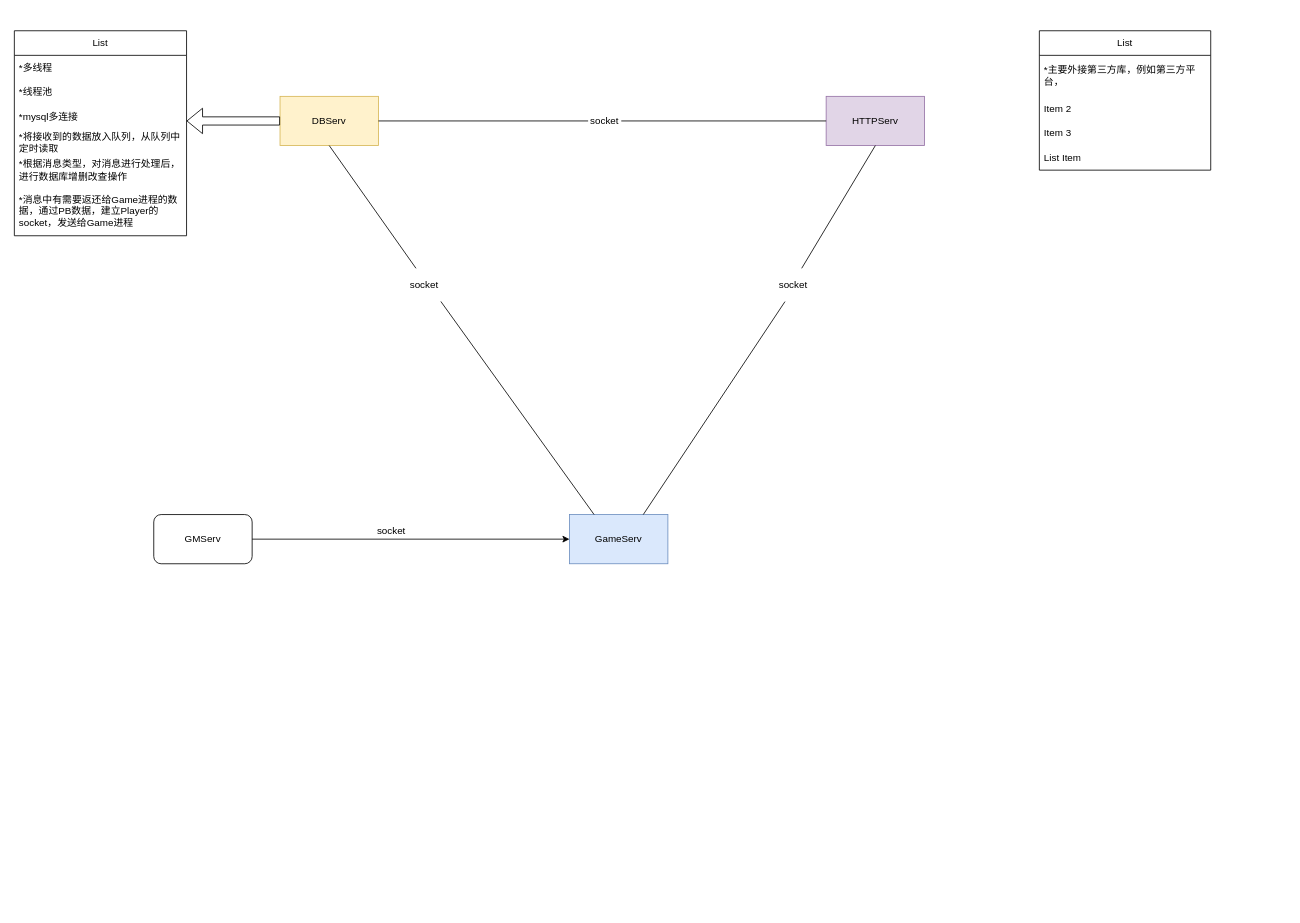
Before: 未命名绘图.drawio in xaosonggang/pictures, a draw.io diagram. Source tidied: cells renumbered, new cells numbered last; positions are measured from the earlier drawing's top-left corner, leaving out a move shared by most shapes. Both pictures are drawn from the tidied source at 82%, with x=0, y=0 at pixel (14, 30).
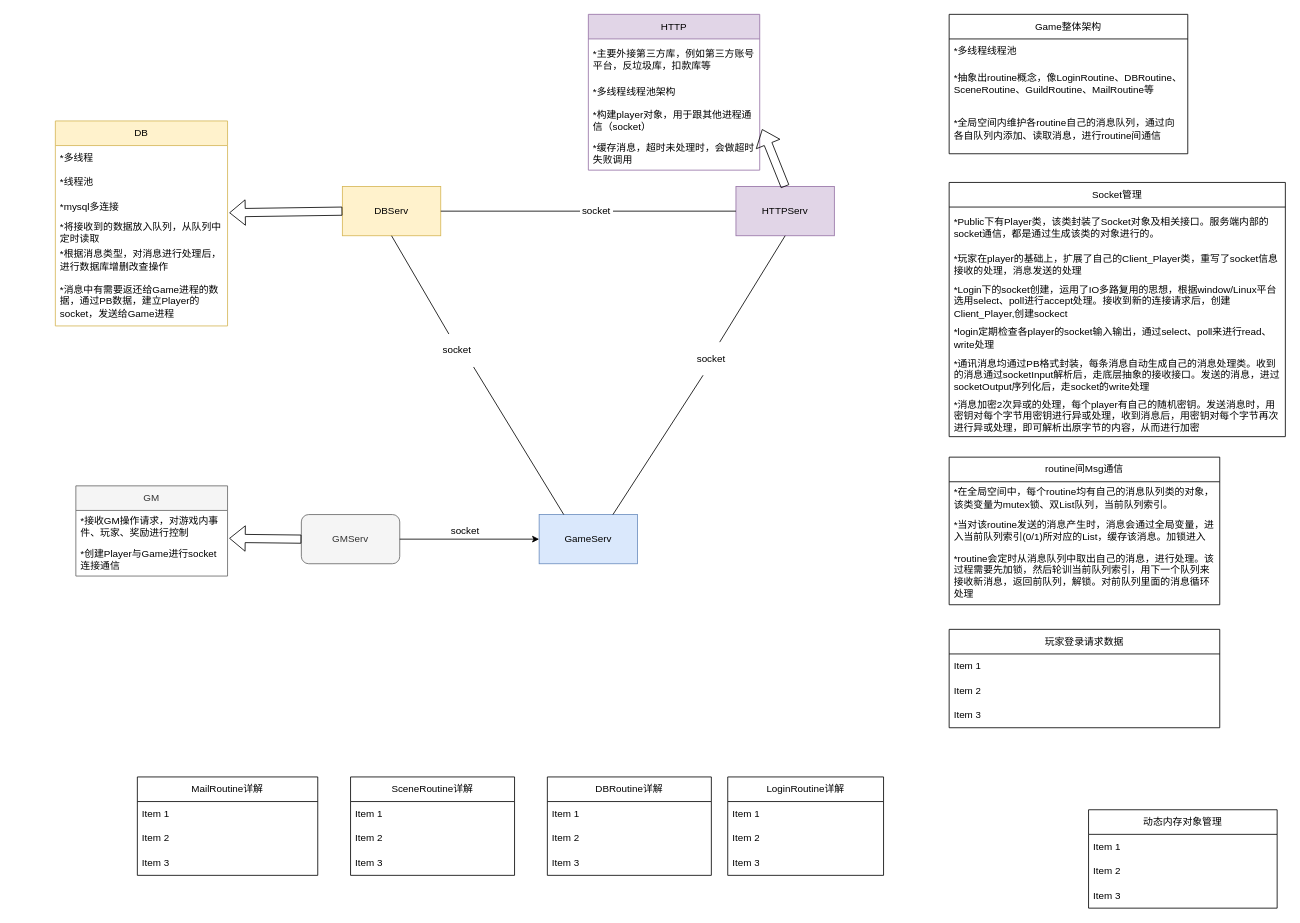
After the change.

The change refers to these unchanged cells:
```xml
<mxCell id="26" value="*mysql多连接" style="text;strokeColor=none;fillColor=none;align=left;verticalAlign=middle;spacingLeft=4;spacingRight=4;overflow=hidden;points=[[0,0.5],[1,0.5]];portConstraint=eastwest;whiteSpace=wrap;html=1;fontSize=12;fontFamily=Helvetica;fontColor=default;" parent="23" vertex="1">
  <mxGeometry y="90" width="210" height="30" as="geometry" />
</mxCell>
```

Change to the diagram source:
```diff
@@
     <mxCell id="2" value="GameServ" style="rounded=0;whiteSpace=wrap;html=1;fillColor=#dae8fc;strokeColor=#6c8ebf;" parent="1" vertex="1">
-      <mxGeometry x="677" y="590" width="120" height="60" as="geometry" />
+      <mxGeometry x="640" y="590" width="120" height="60" as="geometry" />
     </mxCell>
     <mxCell id="3" value="DBServ" style="rounded=0;whiteSpace=wrap;html=1;fillColor=#fff2cc;strokeColor=#d6b656;" parent="1" vertex="1">
-      <mxGeometry x="324" y="80" width="120" height="60" as="geometry" />
+      <mxGeometry x="400" y="190" width="120" height="60" as="geometry" />
     </mxCell>
     <mxCell id="4" value="HTTPServ" style="rounded=0;whiteSpace=wrap;html=1;fillColor=#e1d5e7;strokeColor=#9673a6;" parent="1" vertex="1">
-      <mxGeometry x="990" y="80" width="120" height="60" as="geometry" />
+      <mxGeometry x="880" y="190" width="120" height="60" as="geometry" />
     </mxCell>
-    <mxCell id="5" value="GMServ" style="rounded=1;whiteSpace=wrap;html=1;" parent="1" vertex="1">
-      <mxGeometry x="170" y="590" width="120" height="60" as="geometry" />
+    <mxCell id="5" value="GMServ" style="rounded=1;whiteSpace=wrap;html=1;fillColor=#f5f5f5;fontColor=#333333;strokeColor=#666666;" parent="1" vertex="1">
+      <mxGeometry x="350" y="590" width="120" height="60" as="geometry" />
     </mxCell>
@@
     <mxCell id="10" value="socket" style="whiteSpace=wrap;html=1;strokeColor=none;" parent="1" vertex="1">
-      <mxGeometry x="480" y="290" width="40" height="40" as="geometry" />
+      <mxGeometry x="520" y="370" width="40" height="40" as="geometry" />
     </mxCell>
     <mxCell id="11" value="socket" style="whiteSpace=wrap;html=1;strokeColor=none;" parent="1" vertex="1">
-      <mxGeometry x="440" y="590" width="40" height="40" as="geometry" />
+      <mxGeometry x="530" y="590" width="40" height="40" as="geometry" />
     </mxCell>
@@
     <mxCell id="13" value="socket" style="whiteSpace=wrap;html=1;strokeColor=none;" parent="1" vertex="1">
-      <mxGeometry x="930" y="290" width="40" height="40" as="geometry" />
+      <mxGeometry x="830" y="380" width="40" height="40" as="geometry" />
     </mxCell>
@@
     <mxCell id="15" value="socket" style="whiteSpace=wrap;html=1;strokeColor=none;" parent="1" vertex="1">
-      <mxGeometry x="700" y="90" width="40" height="40" as="geometry" />
+      <mxGeometry x="690" y="200" width="40" height="40" as="geometry" />
     </mxCell>
@@
-    <mxCell id="17" style="shape=flexArrow;endArrow=classic;html=1;rounded=0;exitX=0;exitY=0.5;exitDx=0;exitDy=0;" parent="1" edge="1" source="3">
-      <mxGeometry relative="1" as="geometry">
-        <mxPoint x="210" y="110" as="targetPoint" />
-      </mxGeometry>
+    <mxCell id="17" style="shape=flexArrow;endArrow=classic;html=1;rounded=0;exitX=0;exitY=0.5;exitDx=0;exitDy=0;entryX=1.01;entryY=0.733;entryDx=0;entryDy=0;entryPerimeter=0;" parent="1" edge="1" source="3" target="26">
+      <mxGeometry relative="1" as="geometry" />
     </mxCell>
-    <mxCell id="18" value="List" style="swimlane;fontStyle=0;horizontal=1;startSize=30;whiteSpace=wrap;html=1;" parent="1" vertex="1">
-      <mxGeometry x="1250" width="209" height="170" as="geometry" />
+    <mxCell id="18" value="HTTP" style="swimlane;fontStyle=0;horizontal=1;startSize=30;whiteSpace=wrap;html=1;fillColor=#e1d5e7;strokeColor=#9673a6;" parent="1" vertex="1">
+      <mxGeometry x="700" y="-20" width="209" height="190" as="geometry" />
     </mxCell>
-    <mxCell id="19" value="*主要外接第三方库，例如第三方平台，" style="text;strokeColor=none;fillColor=none;align=left;verticalAlign=middle;spacingLeft=4;spacingRight=4;overflow=hidden;whiteSpace=wrap;html=1;" parent="18" vertex="1">
+    <mxCell id="19" value="*主要外接第三方库，例如第三方账号平台，反垃圾库，扣款库等" style="text;strokeColor=none;fillColor=none;align=left;verticalAlign=middle;spacingLeft=4;spacingRight=4;overflow=hidden;whiteSpace=wrap;html=1;" parent="18" vertex="1">
       <mxGeometry y="30" width="209" height="50" as="geometry" />
     </mxCell>
-    <mxCell id="20" value="Item 2" style="text;strokeColor=none;fillColor=none;align=left;verticalAlign=middle;spacingLeft=4;spacingRight=4;overflow=hidden;whiteSpace=wrap;html=1;" parent="18" vertex="1">
+    <mxCell id="20" value="*多线程线程池架构" style="text;strokeColor=none;fillColor=none;align=left;verticalAlign=middle;spacingLeft=4;spacingRight=4;overflow=hidden;whiteSpace=wrap;html=1;" parent="18" vertex="1">
       <mxGeometry y="80" width="209" height="30" as="geometry" />
     </mxCell>
-    <mxCell id="21" value="Item 3" style="text;strokeColor=none;fillColor=none;align=left;verticalAlign=middle;spacingLeft=4;spacingRight=4;overflow=hidden;points=[[0,0.5],[1,0.5]];portConstraint=eastwest;whiteSpace=wrap;html=1;" parent="18" vertex="1">
-      <mxGeometry y="110" width="209" height="30" as="geometry" />
+    <mxCell id="21" value="*构建player对象，用于跟其他进程通信（socket）" style="text;strokeColor=none;fillColor=none;align=left;verticalAlign=middle;spacingLeft=4;spacingRight=4;overflow=hidden;points=[[0,0.5],[1,0.5]];portConstraint=eastwest;whiteSpace=wrap;html=1;" parent="18" vertex="1">
+      <mxGeometry y="110" width="209" height="40" as="geometry" />
     </mxCell>
-    <mxCell id="22" value="List Item" style="text;strokeColor=none;fillColor=none;align=left;verticalAlign=middle;spacingLeft=4;spacingRight=4;overflow=hidden;whiteSpace=wrap;html=1;fontSize=12;fontFamily=Helvetica;fontColor=default;" parent="18" vertex="1">
-      <mxGeometry y="140" width="209" height="30" as="geometry" />
+    <mxCell id="22" value="*缓存消息，超时未处理时，会做超时失败调用" style="text;strokeColor=none;fillColor=none;align=left;verticalAlign=middle;spacingLeft=4;spacingRight=4;overflow=hidden;whiteSpace=wrap;html=1;fontSize=12;fontFamily=Helvetica;fontColor=default;" parent="18" vertex="1">
+      <mxGeometry y="150" width="209" height="40" as="geometry" />
     </mxCell>
-    <mxCell id="23" value="List" style="swimlane;fontStyle=0;horizontal=1;startSize=30;whiteSpace=wrap;html=1;strokeColor=default;fontFamily=Helvetica;fontSize=12;fontColor=default;fillColor=default;" parent="1" vertex="1">
-      <mxGeometry width="210" height="250" as="geometry" />
+    <mxCell id="23" value="DB" style="swimlane;fontStyle=0;horizontal=1;startSize=30;whiteSpace=wrap;html=1;strokeColor=#d6b656;fontFamily=Helvetica;fontSize=12;fillColor=#fff2cc;" parent="1" vertex="1">
+      <mxGeometry x="50" y="110" width="210" height="250" as="geometry" />
     </mxCell>
@@
+    <mxCell id="30" style="shape=flexArrow;endArrow=classic;html=1;rounded=0;fontFamily=Helvetica;fontSize=12;fontColor=default;startSize=30;entryX=1.014;entryY=0.75;entryDx=0;entryDy=0;entryPerimeter=0;exitX=0.5;exitY=0;exitDx=0;exitDy=0;" parent="1" edge="1" source="4" target="21">
+      <mxGeometry relative="1" as="geometry" />
+    </mxCell>
+    <mxCell id="31" value="Game整体架构" style="swimlane;fontStyle=0;horizontal=1;startSize=30;whiteSpace=wrap;html=1;strokeColor=default;fontFamily=Helvetica;fontSize=12;fontColor=default;fillColor=default;" parent="1" vertex="1">
+      <mxGeometry x="1140" y="-20" width="291" height="170" as="geometry" />
+    </mxCell>
+    <mxCell id="32" value="*多线程线程池" style="text;strokeColor=none;fillColor=none;align=left;verticalAlign=middle;spacingLeft=4;spacingRight=4;overflow=hidden;whiteSpace=wrap;html=1;fontSize=12;fontFamily=Helvetica;fontColor=default;" parent="31" vertex="1">
+      <mxGeometry y="30" width="291" height="30" as="geometry" />
+    </mxCell>
+    <mxCell id="33" value="*抽象出routine概念，像LoginRoutine、DBRoutine、SceneRoutine、GuildRoutine、MailRoutine等" style="text;strokeColor=none;fillColor=none;align=left;verticalAlign=middle;spacingLeft=4;spacingRight=4;overflow=hidden;whiteSpace=wrap;html=1;fontSize=12;fontFamily=Helvetica;fontColor=default;" parent="31" vertex="1">
+      <mxGeometry y="60" width="291" height="50" as="geometry" />
+    </mxCell>
+    <mxCell id="34" value="*全局空间内维护各routine自己的消息队列，通过向各自队列内添加、读取消息，进行routine间通信" style="text;strokeColor=none;fillColor=none;align=left;verticalAlign=middle;spacingLeft=4;spacingRight=4;overflow=hidden;whiteSpace=wrap;html=1;fontSize=12;fontFamily=Helvetica;fontColor=default;" parent="31" vertex="1">
+      <mxGeometry y="110" width="291" height="60" as="geometry" />
+    </mxCell>
+    <mxCell id="35" value="Socket管理" style="swimlane;fontStyle=0;horizontal=1;startSize=30;whiteSpace=wrap;html=1;strokeColor=default;fontFamily=Helvetica;fontSize=12;fontColor=default;fillColor=default;" parent="1" vertex="1">
+      <mxGeometry x="1140" y="185" width="410" height="310" as="geometry" />
+    </mxCell>
+    <mxCell id="36" value="*Public下有Player类，该类封装了Socket对象及相关接口。服务端内部的socket通信，都是通过生成该类的对象进行的。" style="text;strokeColor=none;fillColor=none;align=left;verticalAlign=middle;spacingLeft=4;spacingRight=4;overflow=hidden;whiteSpace=wrap;html=1;fontSize=12;fontFamily=Helvetica;fontColor=default;" parent="35" vertex="1">
+      <mxGeometry y="30" width="410" height="50" as="geometry" />
+    </mxCell>
+    <mxCell id="37" value="*玩家在player的基础上，扩展了自己的Client_Player类，重写了socket信息接收的处理，消息发送的处理" style="text;strokeColor=none;fillColor=none;align=left;verticalAlign=middle;spacingLeft=4;spacingRight=4;overflow=hidden;whiteSpace=wrap;html=1;fontSize=12;fontFamily=Helvetica;fontColor=default;" parent="35" vertex="1">
+      <mxGeometry y="80" width="410" height="40" as="geometry" />
+    </mxCell>
+    <mxCell id="38" value="*Login下的socket创建，运用了IO多路复用的思想，根据window/Linux平台选用select、poll进行accept处理。接收到新的连接请求后，创建Client_Player,创建sockect" style="text;strokeColor=none;fillColor=none;align=left;verticalAlign=middle;spacingLeft=4;spacingRight=4;overflow=hidden;whiteSpace=wrap;html=1;fontSize=12;fontFamily=Helvetica;fontColor=default;" parent="35" vertex="1">
+      <mxGeometry y="120" width="410" height="50" as="geometry" />
+    </mxCell>
+    <mxCell id="39" value="*login定期检查各player的socket输入输出，通过select、poll来进行read、write处理" style="text;strokeColor=none;fillColor=none;align=left;verticalAlign=middle;spacingLeft=4;spacingRight=4;overflow=hidden;whiteSpace=wrap;html=1;fontSize=12;fontFamily=Helvetica;fontColor=default;" parent="35" vertex="1">
+      <mxGeometry y="170" width="410" height="40" as="geometry" />
+    </mxCell>
+    <mxCell id="40" value="*通讯消息均通过PB格式封装，每条消息自动生成自己的消息处理类。收到的消息通过socketInput解析后，走底层抽象的接收接口。发送的消息，进过socketOutput序列化后，走socket的write处理" style="text;strokeColor=none;fillColor=none;align=left;verticalAlign=middle;spacingLeft=4;spacingRight=4;overflow=hidden;whiteSpace=wrap;html=1;fontSize=12;fontFamily=Helvetica;fontColor=default;" parent="35" vertex="1">
+      <mxGeometry y="210" width="410" height="50" as="geometry" />
+    </mxCell>
+    <mxCell id="41" value="*消息加密2次异或的处理，每个player有自己的随机密钥。发送消息时，用密钥对每个字节用密钥进行异或处理，收到消息后，用密钥对每个字节再次进行异或处理，即可解析出原字节的内容，从而进行加密" style="text;strokeColor=none;fillColor=none;align=left;verticalAlign=middle;spacingLeft=4;spacingRight=4;overflow=hidden;whiteSpace=wrap;html=1;fontSize=12;fontFamily=Helvetica;fontColor=default;" parent="35" vertex="1">
+      <mxGeometry y="260" width="410" height="50" as="geometry" />
+    </mxCell>
+    <mxCell id="42" value="routine间Msg通信" style="swimlane;fontStyle=0;horizontal=1;startSize=30;whiteSpace=wrap;html=1;strokeColor=default;fontFamily=Helvetica;fontSize=12;fontColor=default;fillColor=default;" parent="1" vertex="1">
+      <mxGeometry x="1140" y="520" width="330" height="180" as="geometry" />
+    </mxCell>
+    <mxCell id="43" value="*在全局空间中，每个routine均有自己的消息队列类的对象，该类变量为mutex锁、双List队列，当前队列索引。" style="text;strokeColor=none;fillColor=none;align=left;verticalAlign=middle;spacingLeft=4;spacingRight=4;overflow=hidden;whiteSpace=wrap;html=1;fontSize=12;fontFamily=Helvetica;fontColor=default;" parent="42" vertex="1">
+      <mxGeometry y="30" width="330" height="40" as="geometry" />
+    </mxCell>
+    <mxCell id="44" value="*当对该routine发送的消息产生时，消息会通过全局变量，进入当前队列索引(0/1)所对应的List，缓存该消息。加锁进入" style="text;strokeColor=none;fillColor=none;align=left;verticalAlign=middle;spacingLeft=4;spacingRight=4;overflow=hidden;whiteSpace=wrap;html=1;fontSize=12;fontFamily=Helvetica;fontColor=default;" parent="42" vertex="1">
+      <mxGeometry y="70" width="330" height="40" as="geometry" />
+    </mxCell>
+    <mxCell id="45" value="*routine会定时从消息队列中取出自己的消息，进行处理。该过程需要先加锁，然后轮训当前队列索引，用下一个队列来接收新消息，返回前队列，解锁。对前队列里面的消息循环处理" style="text;strokeColor=none;fillColor=none;align=left;verticalAlign=middle;spacingLeft=4;spacingRight=4;overflow=hidden;whiteSpace=wrap;html=1;fontSize=12;fontFamily=Helvetica;fontColor=default;" parent="42" vertex="1">
+      <mxGeometry y="110" width="330" height="70" as="geometry" />
+    </mxCell>
+    <mxCell id="46" value="玩家登录请求数据" style="swimlane;fontStyle=0;horizontal=1;startSize=30;whiteSpace=wrap;html=1;strokeColor=default;fontFamily=Helvetica;fontSize=12;fontColor=default;fillColor=default;" parent="1" vertex="1">
+      <mxGeometry x="1140" y="730" width="330" height="120" as="geometry" />
+    </mxCell>
+    <mxCell id="47" value="Item 1" style="text;strokeColor=none;fillColor=none;align=left;verticalAlign=middle;spacingLeft=4;spacingRight=4;overflow=hidden;whiteSpace=wrap;html=1;fontSize=12;fontFamily=Helvetica;fontColor=default;" parent="46" vertex="1">
+      <mxGeometry y="30" width="330" height="30" as="geometry" />
+    </mxCell>
+    <mxCell id="48" value="Item 2" style="text;strokeColor=none;fillColor=none;align=left;verticalAlign=middle;spacingLeft=4;spacingRight=4;overflow=hidden;whiteSpace=wrap;html=1;fontSize=12;fontFamily=Helvetica;fontColor=default;" parent="46" vertex="1">
+      <mxGeometry y="60" width="330" height="30" as="geometry" />
+    </mxCell>
+    <mxCell id="49" value="Item 3" style="text;strokeColor=none;fillColor=none;align=left;verticalAlign=middle;spacingLeft=4;spacingRight=4;overflow=hidden;whiteSpace=wrap;html=1;fontSize=12;fontFamily=Helvetica;fontColor=default;" parent="46" vertex="1">
+      <mxGeometry y="90" width="330" height="30" as="geometry" />
+    </mxCell>
+    <mxCell id="50" value="动态内存对象管理" style="swimlane;fontStyle=0;horizontal=1;startSize=30;whiteSpace=wrap;html=1;strokeColor=default;fontFamily=Helvetica;fontSize=12;fontColor=default;fillColor=default;" parent="1" vertex="1">
+      <mxGeometry x="1310" y="950" width="230" height="120" as="geometry" />
+    </mxCell>
+    <mxCell id="51" value="Item 1" style="text;strokeColor=none;fillColor=none;align=left;verticalAlign=middle;spacingLeft=4;spacingRight=4;overflow=hidden;whiteSpace=wrap;html=1;fontSize=12;fontFamily=Helvetica;fontColor=default;" parent="50" vertex="1">
+      <mxGeometry y="30" width="230" height="30" as="geometry" />
+    </mxCell>
+    <mxCell id="52" value="Item 2" style="text;strokeColor=none;fillColor=none;align=left;verticalAlign=middle;spacingLeft=4;spacingRight=4;overflow=hidden;whiteSpace=wrap;html=1;fontSize=12;fontFamily=Helvetica;fontColor=default;" parent="50" vertex="1">
+      <mxGeometry y="60" width="230" height="30" as="geometry" />
+    </mxCell>
+    <mxCell id="53" value="Item 3" style="text;strokeColor=none;fillColor=none;align=left;verticalAlign=middle;spacingLeft=4;spacingRight=4;overflow=hidden;whiteSpace=wrap;html=1;fontSize=12;fontFamily=Helvetica;fontColor=default;" parent="50" vertex="1">
+      <mxGeometry y="90" width="230" height="30" as="geometry" />
+    </mxCell>
+    <mxCell id="54" value="GM" style="swimlane;fontStyle=0;horizontal=1;startSize=30;whiteSpace=wrap;html=1;strokeColor=#666666;fontFamily=Helvetica;fontSize=12;fontColor=#333333;fillColor=#f5f5f5;" parent="1" vertex="1">
+      <mxGeometry x="75" y="555" width="185" height="110" as="geometry" />
+    </mxCell>
+    <mxCell id="55" value="*接收GM操作请求，对游戏内事件、玩家、奖励进行控制" style="text;strokeColor=none;fillColor=none;align=left;verticalAlign=middle;spacingLeft=4;spacingRight=4;overflow=hidden;points=[[0,0.5],[1,0.5]];portConstraint=eastwest;whiteSpace=wrap;html=1;fontSize=12;fontFamily=Helvetica;fontColor=default;" parent="54" vertex="1">
+      <mxGeometry y="30" width="185" height="40" as="geometry" />
+    </mxCell>
+    <mxCell id="56" value="*创建Player与Game进行socket连接通信" style="text;strokeColor=none;fillColor=none;align=left;verticalAlign=middle;spacingLeft=4;spacingRight=4;overflow=hidden;whiteSpace=wrap;html=1;fontSize=12;fontFamily=Helvetica;fontColor=default;" parent="54" vertex="1">
+      <mxGeometry y="70" width="185" height="40" as="geometry" />
+    </mxCell>
+    <mxCell id="57" style="shape=flexArrow;endArrow=classic;html=1;rounded=0;fontFamily=Helvetica;fontSize=12;fontColor=default;startSize=30;exitX=0;exitY=0.5;exitDx=0;exitDy=0;entryX=1.011;entryY=0.85;entryDx=0;entryDy=0;entryPerimeter=0;" parent="1" edge="1" source="5" target="55">
+      <mxGeometry relative="1" as="geometry" />
+    </mxCell>
+    <mxCell id="58" value="LoginRoutine详解" style="swimlane;fontStyle=0;horizontal=1;startSize=30;whiteSpace=wrap;html=1;strokeColor=default;fontFamily=Helvetica;fontSize=12;fontColor=default;fillColor=default;" parent="1" vertex="1">
+      <mxGeometry x="870" y="910" width="190" height="120" as="geometry" />
+    </mxCell>
+    <mxCell id="59" value="Item 1" style="text;strokeColor=none;fillColor=none;align=left;verticalAlign=middle;spacingLeft=4;spacingRight=4;overflow=hidden;whiteSpace=wrap;html=1;fontSize=12;fontFamily=Helvetica;fontColor=default;" parent="58" vertex="1">
+      <mxGeometry y="30" width="190" height="30" as="geometry" />
+    </mxCell>
+    <mxCell id="60" value="Item 2" style="text;strokeColor=none;fillColor=none;align=left;verticalAlign=middle;spacingLeft=4;spacingRight=4;overflow=hidden;whiteSpace=wrap;html=1;fontSize=12;fontFamily=Helvetica;fontColor=default;" parent="58" vertex="1">
+      <mxGeometry y="60" width="190" height="30" as="geometry" />
+    </mxCell>
+    <mxCell id="61" value="Item 3" style="text;strokeColor=none;fillColor=none;align=left;verticalAlign=middle;spacingLeft=4;spacingRight=4;overflow=hidden;whiteSpace=wrap;html=1;fontSize=12;fontFamily=Helvetica;fontColor=default;" parent="58" vertex="1">
+      <mxGeometry y="90" width="190" height="30" as="geometry" />
+    </mxCell>
+    <mxCell id="62" value="DBRoutine详解" style="swimlane;fontStyle=0;horizontal=1;startSize=30;whiteSpace=wrap;html=1;strokeColor=default;fontFamily=Helvetica;fontSize=12;fontColor=default;fillColor=default;" parent="1" vertex="1">
+      <mxGeometry x="650" y="910" width="200" height="120" as="geometry" />
+    </mxCell>
+    <mxCell id="63" value="Item 1" style="text;strokeColor=none;fillColor=none;align=left;verticalAlign=middle;spacingLeft=4;spacingRight=4;overflow=hidden;whiteSpace=wrap;html=1;fontSize=12;fontFamily=Helvetica;fontColor=default;" parent="62" vertex="1">
+      <mxGeometry y="30" width="200" height="30" as="geometry" />
+    </mxCell>
+    <mxCell id="64" value="Item 2" style="text;strokeColor=none;fillColor=none;align=left;verticalAlign=middle;spacingLeft=4;spacingRight=4;overflow=hidden;whiteSpace=wrap;html=1;fontSize=12;fontFamily=Helvetica;fontColor=default;" parent="62" vertex="1">
+      <mxGeometry y="60" width="200" height="30" as="geometry" />
+    </mxCell>
+    <mxCell id="65" value="Item 3" style="text;strokeColor=none;fillColor=none;align=left;verticalAlign=middle;spacingLeft=4;spacingRight=4;overflow=hidden;whiteSpace=wrap;html=1;fontSize=12;fontFamily=Helvetica;fontColor=default;" parent="62" vertex="1">
+      <mxGeometry y="90" width="200" height="30" as="geometry" />
+    </mxCell>
+    <mxCell id="66" value="SceneRoutine详解" style="swimlane;fontStyle=0;horizontal=1;startSize=30;whiteSpace=wrap;html=1;strokeColor=default;fontFamily=Helvetica;fontSize=12;fontColor=default;fillColor=default;" parent="1" vertex="1">
+      <mxGeometry x="410" y="910" width="200" height="120" as="geometry" />
+    </mxCell>
+    <mxCell id="67" value="Item 1" style="text;strokeColor=none;fillColor=none;align=left;verticalAlign=middle;spacingLeft=4;spacingRight=4;overflow=hidden;whiteSpace=wrap;html=1;fontSize=12;fontFamily=Helvetica;fontColor=default;" parent="66" vertex="1">
+      <mxGeometry y="30" width="200" height="30" as="geometry" />
+    </mxCell>
+    <mxCell id="68" value="Item 2" style="text;strokeColor=none;fillColor=none;align=left;verticalAlign=middle;spacingLeft=4;spacingRight=4;overflow=hidden;whiteSpace=wrap;html=1;fontSize=12;fontFamily=Helvetica;fontColor=default;" parent="66" vertex="1">
+      <mxGeometry y="60" width="200" height="30" as="geometry" />
+    </mxCell>
+    <mxCell id="69" value="Item 3" style="text;strokeColor=none;fillColor=none;align=left;verticalAlign=middle;spacingLeft=4;spacingRight=4;overflow=hidden;whiteSpace=wrap;html=1;fontSize=12;fontFamily=Helvetica;fontColor=default;" parent="66" vertex="1">
+      <mxGeometry y="90" width="200" height="30" as="geometry" />
+    </mxCell>
+    <mxCell id="70" value="MailRoutine详解" style="swimlane;fontStyle=0;horizontal=1;startSize=30;whiteSpace=wrap;html=1;strokeColor=default;fontFamily=Helvetica;fontSize=12;fontColor=default;fillColor=default;" parent="1" vertex="1">
+      <mxGeometry x="150" y="910" width="220" height="120" as="geometry" />
+    </mxCell>
+    <mxCell id="71" value="Item 1" style="text;strokeColor=none;fillColor=none;align=left;verticalAlign=middle;spacingLeft=4;spacingRight=4;overflow=hidden;whiteSpace=wrap;html=1;fontSize=12;fontFamily=Helvetica;fontColor=default;" parent="70" vertex="1">
+      <mxGeometry y="30" width="220" height="30" as="geometry" />
+    </mxCell>
+    <mxCell id="72" value="Item 2" style="text;strokeColor=none;fillColor=none;align=left;verticalAlign=middle;spacingLeft=4;spacingRight=4;overflow=hidden;whiteSpace=wrap;html=1;fontSize=12;fontFamily=Helvetica;fontColor=default;" parent="70" vertex="1">
+      <mxGeometry y="60" width="220" height="30" as="geometry" />
+    </mxCell>
+    <mxCell id="73" value="Item 3" style="text;strokeColor=none;fillColor=none;align=left;verticalAlign=middle;spacingLeft=4;spacingRight=4;overflow=hidden;whiteSpace=wrap;html=1;fontSize=12;fontFamily=Helvetica;fontColor=default;" parent="70" vertex="1">
+      <mxGeometry y="90" width="220" height="30" as="geometry" />
+    </mxCell>
```
